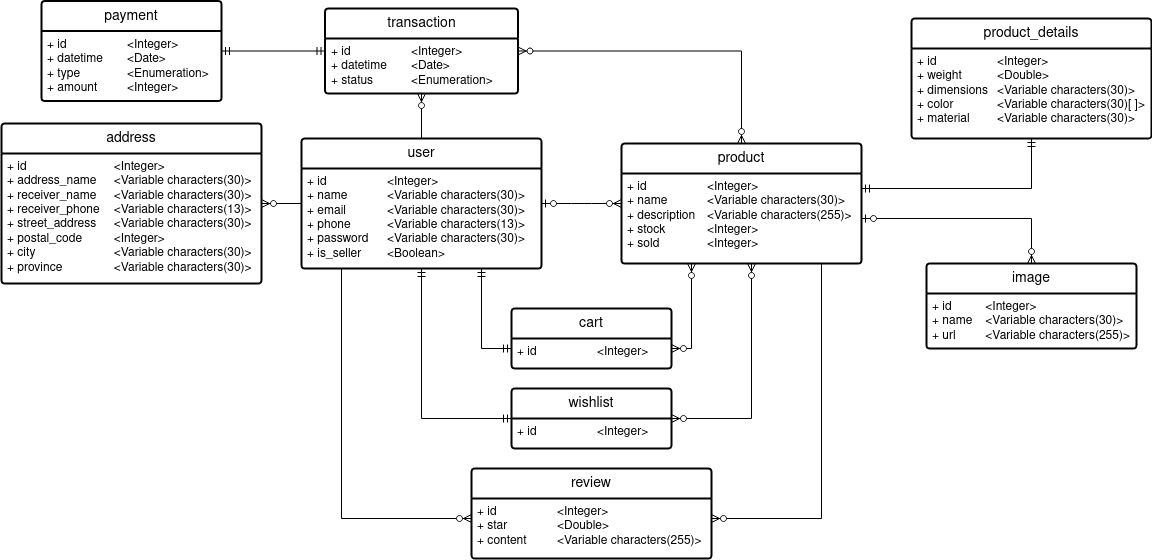
Above: img/NusantaraStore051_CDM.drawio.png in borednuna/NusantaraStore051_BE (draw.io), before the change. Source tidied: cells renumbered, new cells last; positions are measured from the earlier drawing's top-left corner, leaving out a move shared by most shapes. The source it was exported from:
```xml
<mxGraphModel background="#ffffff">
  <root>
    <mxCell id="0" />
    <mxCell id="1" parent="0" />
    <mxCell id="2" value="user" style="swimlane;horizontal=1;startSize=30;rounded=1;fontSize=14;fontStyle=0;strokeWidth=2;shadow=0;dashed=0;align=center;arcSize=4;whiteSpace=wrap;html=1;" parent="1" vertex="1">
      <mxGeometry x="300" y="138" width="240" height="130" as="geometry" />
    </mxCell>
    <mxCell id="3" value="&lt;div&gt;+ id&lt;span style=&quot;white-space: pre;&quot;&gt;&#9;&lt;/span&gt;&lt;span style=&quot;white-space: pre;&quot;&gt;&#9;&lt;/span&gt;&lt;span style=&quot;white-space: pre;&quot;&gt;&#9;&lt;/span&gt;&amp;lt;Integer&amp;gt;&lt;/div&gt;&lt;div&gt;+ name&lt;span style=&quot;white-space: pre;&quot;&gt;&lt;span style=&quot;white-space: pre;&quot;&gt;&#9;&lt;/span&gt;&#9;&lt;/span&gt;&amp;lt;Variable characters(30)&amp;gt;&lt;br&gt;&lt;/div&gt;&lt;div&gt;+ email&lt;span style=&quot;white-space: pre;&quot;&gt;&#9;&lt;/span&gt;&lt;span style=&quot;white-space: pre;&quot;&gt;&#9;&lt;/span&gt;&amp;lt;Variable characters(30)&amp;gt;&lt;br&gt;&lt;/div&gt;&lt;div&gt;+ phone&lt;span style=&quot;white-space: pre;&quot;&gt;&#9;&lt;/span&gt;&lt;span style=&quot;white-space: pre;&quot;&gt;&#9;&lt;/span&gt;&amp;lt;Variable characters(13)&amp;gt;&lt;br&gt;&lt;/div&gt;&lt;div&gt;+ password&lt;span style=&quot;white-space: pre;&quot;&gt;&#9;&lt;/span&gt;&amp;lt;Variable characters(30)&amp;gt;&lt;br&gt;&lt;/div&gt;&lt;div&gt;+ is_seller&lt;span style=&quot;white-space: pre;&quot;&gt;&#9;&lt;/span&gt;&amp;lt;Boolean&amp;gt;&lt;br&gt;&lt;/div&gt;" style="align=left;strokeColor=none;fillColor=none;spacingLeft=4;fontSize=12;verticalAlign=top;html=1;" parent="2" vertex="1">
      <mxGeometry y="30" width="240" height="100" as="geometry" />
    </mxCell>
    <mxCell id="4" value="address" style="swimlane;horizontal=1;startSize=30;rounded=1;fontSize=14;fontStyle=0;strokeWidth=2;shadow=0;dashed=0;align=center;arcSize=4;whiteSpace=wrap;html=1;" parent="1" vertex="1">
      <mxGeometry y="123" width="260" height="160" as="geometry" />
    </mxCell>
    <mxCell id="5" value="&lt;div&gt;+ id&lt;span style=&quot;white-space: pre;&quot;&gt;&#9;&lt;/span&gt;&lt;span style=&quot;white-space: pre;&quot;&gt;&#9;&lt;/span&gt;&lt;span style=&quot;white-space: pre;&quot;&gt;&#9;&lt;/span&gt;&lt;span style=&quot;white-space: pre;&quot;&gt;&#9;&lt;/span&gt;&amp;lt;Integer&amp;gt;&lt;/div&gt;&lt;div&gt;+ address_name&lt;span style=&quot;white-space: pre;&quot;&gt;&#9;&lt;/span&gt;&amp;lt;Variable characters(30)&amp;gt;&lt;br&gt;&lt;/div&gt;&lt;div&gt;+ receiver_name&lt;span style=&quot;white-space: pre;&quot;&gt;&#9;&lt;/span&gt;&amp;lt;Variable characters(30)&amp;gt;&lt;br&gt;&lt;/div&gt;&lt;div&gt;+ receiver_phone&lt;span style=&quot;white-space: pre;&quot;&gt;&#9;&lt;/span&gt;&amp;lt;Variable characters(13)&amp;gt;&lt;br&gt;&lt;/div&gt;&lt;div&gt;+ street_address&lt;span style=&quot;white-space: pre;&quot;&gt;&#9;&lt;/span&gt;&amp;lt;Variable characters(30)&amp;gt;&lt;br&gt;&lt;/div&gt;&lt;div&gt;+ postal_code&lt;span style=&quot;white-space: pre;&quot;&gt;&#9;&lt;/span&gt;&lt;span style=&quot;white-space: pre;&quot;&gt;&#9;&lt;/span&gt;&amp;lt;Integer&amp;gt;&lt;/div&gt;&lt;div&gt;+ city&lt;span style=&quot;white-space: pre;&quot;&gt;&#9;&lt;/span&gt;&lt;span style=&quot;white-space: pre;&quot;&gt;&#9;&lt;/span&gt;&lt;span style=&quot;white-space: pre;&quot;&gt;&#9;&lt;/span&gt;&amp;lt;Variable characters(30)&amp;gt;&lt;br&gt;&lt;/div&gt;&lt;div&gt;+ province&lt;span style=&quot;white-space: pre;&quot;&gt;&#9;&lt;/span&gt;&lt;span style=&quot;white-space: pre;&quot;&gt;&#9;&lt;/span&gt;&amp;lt;Variable characters(30)&amp;gt;&lt;br&gt;&lt;/div&gt;" style="align=left;strokeColor=none;fillColor=none;spacingLeft=4;fontSize=12;verticalAlign=top;html=1;" parent="4" vertex="1">
      <mxGeometry y="30" width="260" height="130" as="geometry" />
    </mxCell>
    <mxCell id="6" style="fontSize=12;html=1;endArrow=ERzeroToMany;endFill=1;rounded=0;" parent="1" edge="1" source="2" target="4">
      <mxGeometry relative="1" as="geometry" />
    </mxCell>
    <mxCell id="7" value="product" style="swimlane;horizontal=1;startSize=30;rounded=1;fontSize=14;fontStyle=0;strokeWidth=2;shadow=0;dashed=0;align=center;arcSize=4;whiteSpace=wrap;html=1;" parent="1" vertex="1">
      <mxGeometry x="620" y="143" width="240" height="120" as="geometry" />
    </mxCell>
    <mxCell id="8" value="&lt;div&gt;+ id&lt;span style=&quot;white-space: pre;&quot;&gt;&#9;&lt;/span&gt;&lt;span style=&quot;white-space: pre;&quot;&gt;&#9;&lt;/span&gt;&lt;span style=&quot;white-space: pre;&quot;&gt;&#9;&lt;/span&gt;&amp;lt;Integer&amp;gt;&lt;/div&gt;&lt;div&gt;+ name&lt;span style=&quot;white-space: pre;&quot;&gt;&#9;&lt;/span&gt;&lt;span style=&quot;white-space: pre;&quot;&gt;&#9;&lt;/span&gt;&amp;lt;Variable characters(30)&amp;gt;&lt;br&gt;&lt;/div&gt;&lt;div&gt;+ description&lt;span style=&quot;white-space: pre;&quot;&gt;&#9;&lt;/span&gt;&amp;lt;Variable characters(255)&amp;gt;&lt;br&gt;&lt;/div&gt;&lt;div&gt;+ stock&lt;span style=&quot;white-space: pre;&quot;&gt;&#9;&lt;/span&gt;&lt;span style=&quot;white-space: pre;&quot;&gt;&#9;&lt;/span&gt;&amp;lt;Integer&amp;gt;&lt;/div&gt;&lt;div&gt;+ sold&lt;span style=&quot;white-space: pre;&quot;&gt;&#9;&lt;/span&gt;&lt;span style=&quot;white-space: pre;&quot;&gt;&#9;&lt;/span&gt;&amp;lt;Integer&amp;gt;&lt;br&gt;&lt;/div&gt;" style="align=left;strokeColor=none;fillColor=none;spacingLeft=4;fontSize=12;verticalAlign=top;html=1;" parent="7" vertex="1">
      <mxGeometry y="30" width="240" height="90" as="geometry" />
    </mxCell>
    <mxCell id="9" value="product_details" style="swimlane;horizontal=1;startSize=30;rounded=1;fontSize=14;fontStyle=0;strokeWidth=2;shadow=0;dashed=0;align=center;arcSize=4;whiteSpace=wrap;html=1;" parent="1" vertex="1">
      <mxGeometry x="910" y="18" width="240" height="120" as="geometry" />
    </mxCell>
    <mxCell id="10" value="&lt;div&gt;+ id&lt;span style=&quot;white-space: pre;&quot;&gt;&#9;&lt;/span&gt;&lt;span style=&quot;white-space: pre;&quot;&gt;&#9;&lt;/span&gt;&lt;span style=&quot;white-space: pre;&quot;&gt;&#9;&lt;/span&gt;&amp;lt;Integer&amp;gt;&lt;/div&gt;&lt;div&gt;+ weight&lt;span style=&quot;white-space: pre;&quot;&gt;&#9;&lt;/span&gt;&lt;span style=&quot;white-space: pre;&quot;&gt;&#9;&lt;/span&gt;&amp;lt;Double&amp;gt;&lt;/div&gt;&lt;div&gt;+ dimensions&lt;span style=&quot;white-space: pre;&quot;&gt;&#9;&lt;/span&gt;&amp;lt;Variable characters(30)&amp;gt;&lt;br&gt;&lt;/div&gt;&lt;div&gt;+ color&lt;span style=&quot;white-space: pre;&quot;&gt;&#9;&lt;/span&gt;&lt;span style=&quot;white-space: pre;&quot;&gt;&#9;&lt;/span&gt;&amp;lt;Variable characters(30)[ ]&amp;gt;&lt;br&gt;&lt;/div&gt;&lt;div&gt;+ material&lt;span style=&quot;white-space: pre;&quot;&gt;&#9;&lt;/span&gt;&amp;lt;Variable characters(30)&amp;gt;&lt;br&gt;&lt;/div&gt;" style="align=left;strokeColor=none;fillColor=none;spacingLeft=4;fontSize=12;verticalAlign=top;html=1;" parent="9" vertex="1">
      <mxGeometry y="30" width="240" height="90" as="geometry" />
    </mxCell>
    <mxCell id="11" style="fontSize=12;html=1;endArrow=ERmandOne;startArrow=ERmandOne;rounded=0;edgeStyle=orthogonalEdgeStyle;" parent="1" edge="1" source="7" target="9">
      <mxGeometry relative="1" as="geometry">
        <Array as="points">
          <mxPoint x="1030" y="188" />
        </Array>
      </mxGeometry>
    </mxCell>
    <mxCell id="12" value="review" style="swimlane;horizontal=1;startSize=30;rounded=1;fontSize=14;fontStyle=0;strokeWidth=2;shadow=0;dashed=0;align=center;arcSize=4;whiteSpace=wrap;html=1;" parent="1" vertex="1">
      <mxGeometry x="470" y="468" width="240" height="90" as="geometry" />
    </mxCell>
    <mxCell id="13" value="&lt;div&gt;+ id&lt;span style=&quot;white-space: pre;&quot;&gt;&#9;&lt;/span&gt;&lt;span style=&quot;white-space: pre;&quot;&gt;&#9;&lt;/span&gt;&lt;span style=&quot;white-space: pre;&quot;&gt;&#9;&lt;/span&gt;&amp;lt;Integer&amp;gt;&lt;/div&gt;&lt;div&gt;+ star&lt;span style=&quot;white-space: pre;&quot;&gt;&#9;&lt;/span&gt;&lt;span style=&quot;white-space: pre;&quot;&gt;&#9;&lt;/span&gt;&amp;lt;Double&amp;gt;&lt;/div&gt;&lt;div&gt;+ content&lt;span style=&quot;white-space: pre;&quot;&gt;&#9;&lt;/span&gt;&lt;span style=&quot;white-space: pre;&quot;&gt;&#9;&lt;/span&gt;&amp;lt;Variable characters(255)&amp;gt;&lt;br&gt;&lt;/div&gt;" style="align=left;strokeColor=none;fillColor=none;spacingLeft=4;fontSize=12;verticalAlign=top;html=1;" parent="12" vertex="1">
      <mxGeometry y="30" width="240" height="60" as="geometry" />
    </mxCell>
    <mxCell id="14" style="fontSize=12;html=1;endArrow=ERzeroToMany;endFill=1;rounded=0;edgeStyle=orthogonalEdgeStyle;" parent="1" edge="1" source="7" target="12">
      <mxGeometry relative="1" as="geometry">
        <Array as="points">
          <mxPoint x="820" y="518" />
        </Array>
      </mxGeometry>
    </mxCell>
    <mxCell id="15" style="edgeStyle=orthogonalEdgeStyle;fontSize=12;html=1;endArrow=ERzeroToMany;endFill=1;rounded=0;" parent="1" edge="1" source="2" target="12">
      <mxGeometry relative="1" as="geometry">
        <Array as="points">
          <mxPoint x="340" y="518" />
        </Array>
      </mxGeometry>
    </mxCell>
    <mxCell id="16" value="image" style="swimlane;horizontal=1;startSize=30;rounded=1;fontSize=14;fontStyle=0;strokeWidth=2;shadow=0;dashed=0;align=center;arcSize=4;whiteSpace=wrap;html=1;" parent="1" vertex="1">
      <mxGeometry x="925" y="263" width="210" height="85" as="geometry" />
    </mxCell>
    <mxCell id="17" value="&lt;div&gt;+ id&lt;span style=&quot;white-space: pre;&quot;&gt;&#9;&lt;/span&gt;&lt;span style=&quot;white-space: pre;&quot;&gt;&#9;&lt;/span&gt;&amp;lt;Integer&amp;gt;&lt;/div&gt;&lt;div&gt;+ name&lt;span style=&quot;white-space: pre;&quot;&gt;&#9;&lt;/span&gt;&amp;lt;Variable characters(30)&amp;gt;&lt;br&gt;&lt;/div&gt;+ url&lt;span style=&quot;white-space: pre;&quot;&gt;&#9;&lt;/span&gt;&amp;lt;Variable characters(255)&amp;gt;" style="align=left;strokeColor=none;fillColor=none;spacingLeft=4;fontSize=12;verticalAlign=top;html=1;" parent="16" vertex="1">
      <mxGeometry y="30" width="210" height="55" as="geometry" />
    </mxCell>
    <mxCell id="18" style="fontSize=12;html=1;endArrow=ERzeroToMany;startArrow=ERzeroToOne;rounded=0;edgeStyle=orthogonalEdgeStyle;" parent="1" edge="1" source="7" target="16">
      <mxGeometry relative="1" as="geometry">
        <Array as="points">
          <mxPoint x="1030" y="218" />
        </Array>
      </mxGeometry>
    </mxCell>
    <mxCell id="19" value="transaction" style="swimlane;horizontal=1;startSize=30;rounded=1;fontSize=14;fontStyle=0;strokeWidth=2;shadow=0;dashed=0;align=center;arcSize=4;whiteSpace=wrap;html=1;" parent="1" vertex="1">
      <mxGeometry x="323.5" y="8" width="193" height="85" as="geometry" />
    </mxCell>
    <mxCell id="20" value="&lt;div&gt;+ id&lt;span style=&quot;white-space: pre;&quot;&gt;&#9;&lt;/span&gt;&lt;span style=&quot;white-space: pre;&quot;&gt;&#9;&lt;/span&gt;&lt;span style=&quot;white-space: pre;&quot;&gt;&#9;&lt;/span&gt;&amp;lt;Integer&amp;gt;&lt;/div&gt;&lt;div&gt;+ datetime&lt;span style=&quot;white-space: pre;&quot;&gt;&#9;&lt;/span&gt;&amp;lt;Date&amp;gt;&lt;/div&gt;&lt;div&gt;+ status&lt;span style=&quot;white-space: pre;&quot;&gt;&#9;&lt;/span&gt;&lt;span style=&quot;white-space: pre;&quot;&gt;&#9;&lt;/span&gt;&amp;lt;Enumeration&amp;gt;&lt;br&gt;&lt;/div&gt;" style="align=left;strokeColor=none;fillColor=none;spacingLeft=4;fontSize=12;verticalAlign=top;html=1;" parent="19" vertex="1">
      <mxGeometry y="30" width="193" height="55" as="geometry" />
    </mxCell>
    <mxCell id="21" style="fontSize=12;html=1;endArrow=ERzeroToMany;endFill=1;rounded=0;edgeStyle=orthogonalEdgeStyle;" parent="1" edge="1" source="2" target="19">
      <mxGeometry relative="1" as="geometry">
        <Array as="points">
          <mxPoint x="420" y="51" />
        </Array>
      </mxGeometry>
    </mxCell>
    <mxCell id="22" value="payment" style="swimlane;horizontal=1;startSize=30;rounded=1;fontSize=14;fontStyle=0;strokeWidth=2;shadow=0;dashed=0;align=center;arcSize=4;whiteSpace=wrap;html=1;" parent="1" vertex="1">
      <mxGeometry x="40" y="0.5" width="180" height="100" as="geometry" />
    </mxCell>
    <mxCell id="23" value="&lt;div&gt;+ id&lt;span style=&quot;white-space: pre;&quot;&gt;&#9;&lt;/span&gt;&lt;span style=&quot;white-space: pre;&quot;&gt;&#9;&lt;/span&gt;&lt;span style=&quot;white-space: pre;&quot;&gt;&#9;&lt;/span&gt;&amp;lt;Integer&amp;gt;&lt;/div&gt;&lt;div&gt;+ datetime&lt;span style=&quot;white-space: pre;&quot;&gt;&#9;&lt;/span&gt;&amp;lt;Date&amp;gt;&lt;/div&gt;&lt;div&gt;+ type&lt;span style=&quot;white-space: pre;&quot;&gt;&#9;&lt;/span&gt;&lt;span style=&quot;white-space: pre;&quot;&gt;&#9;&lt;/span&gt;&amp;lt;Enumeration&amp;gt;&lt;/div&gt;&lt;div&gt;+ amount&lt;span style=&quot;white-space: pre;&quot;&gt;&#9;&lt;/span&gt;&amp;lt;Integer&amp;gt;&lt;br&gt;&lt;/div&gt;" style="align=left;strokeColor=none;fillColor=none;spacingLeft=4;fontSize=12;verticalAlign=top;html=1;" parent="22" vertex="1">
      <mxGeometry y="30" width="180" height="70" as="geometry" />
    </mxCell>
    <mxCell id="24" style="fontSize=12;html=1;endArrow=ERmandOne;startArrow=ERmandOne;rounded=0;" parent="1" edge="1" source="19" target="22">
      <mxGeometry relative="1" as="geometry" />
    </mxCell>
    <mxCell id="25" style="edgeStyle=orthogonalEdgeStyle;fontSize=12;html=1;endArrow=ERzeroToMany;endFill=1;startArrow=ERzeroToMany;rounded=0;" parent="1" edge="1" source="19" target="7">
      <mxGeometry relative="1" as="geometry" />
    </mxCell>
    <mxCell id="26" value="wishlist" style="swimlane;horizontal=1;startSize=30;rounded=1;fontSize=14;fontStyle=0;strokeWidth=2;shadow=0;dashed=0;align=center;arcSize=4;whiteSpace=wrap;html=1;" parent="1" vertex="1">
      <mxGeometry x="510" y="388" width="160" height="60" as="geometry" />
    </mxCell>
    <mxCell id="27" value="+ id&lt;span style=&quot;white-space: pre;&quot;&gt;&#9;&lt;/span&gt;&lt;span style=&quot;white-space: pre;&quot;&gt;&#9;&lt;span style=&quot;white-space: pre;&quot;&gt;&#9;&lt;/span&gt;&lt;/span&gt;&amp;lt;Integer&amp;gt;" style="align=left;strokeColor=none;fillColor=none;spacingLeft=4;fontSize=12;verticalAlign=top;html=1;" parent="26" vertex="1">
      <mxGeometry y="30" width="160" height="30" as="geometry" />
    </mxCell>
    <mxCell id="28" style="fontSize=12;html=1;endArrow=ERmandOne;startArrow=ERmandOne;rounded=0;edgeStyle=orthogonalEdgeStyle;" parent="1" edge="1" source="2" target="26">
      <mxGeometry relative="1" as="geometry">
        <Array as="points">
          <mxPoint x="420" y="418" />
        </Array>
      </mxGeometry>
    </mxCell>
    <mxCell id="29" value="cart" style="swimlane;horizontal=1;startSize=30;rounded=1;fontSize=14;fontStyle=0;strokeWidth=2;shadow=0;dashed=0;align=center;arcSize=4;whiteSpace=wrap;html=1;" parent="1" vertex="1">
      <mxGeometry x="510" y="308" width="160" height="60" as="geometry" />
    </mxCell>
    <mxCell id="30" value="+ id&lt;span style=&quot;white-space: pre;&quot;&gt;&#9;&lt;/span&gt;&lt;span style=&quot;white-space: pre;&quot;&gt;&#9;&lt;/span&gt;&lt;span style=&quot;white-space: pre;&quot;&gt;&#9;&lt;/span&gt;&amp;lt;Integer&amp;gt;" style="align=left;strokeColor=none;fillColor=none;spacingLeft=4;fontSize=12;verticalAlign=top;html=1;" parent="29" vertex="1">
      <mxGeometry y="30" width="160" height="30" as="geometry" />
    </mxCell>
    <mxCell id="31" style="edgeStyle=orthogonalEdgeStyle;fontSize=12;html=1;endArrow=ERmandOne;startArrow=ERmandOne;rounded=0;" parent="1" edge="1" source="2" target="29">
      <mxGeometry relative="1" as="geometry">
        <Array as="points">
          <mxPoint x="480" y="348" />
        </Array>
      </mxGeometry>
    </mxCell>
    <mxCell id="32" style="edgeStyle=orthogonalEdgeStyle;fontSize=12;html=1;endArrow=ERzeroToMany;endFill=1;startArrow=ERzeroToMany;rounded=0;" parent="1" edge="1" source="29" target="7">
      <mxGeometry relative="1" as="geometry">
        <Array as="points">
          <mxPoint x="690" y="348" />
        </Array>
      </mxGeometry>
    </mxCell>
    <mxCell id="33" style="edgeStyle=orthogonalEdgeStyle;fontSize=12;html=1;endArrow=ERzeroToMany;endFill=1;startArrow=ERzeroToMany;rounded=0;" parent="1" edge="1" source="26" target="7">
      <mxGeometry relative="1" as="geometry">
        <Array as="points">
          <mxPoint x="750" y="418" />
        </Array>
      </mxGeometry>
    </mxCell>
    <mxCell id="34" style="edgeStyle=entityRelationEdgeStyle;fontSize=12;html=1;endArrow=ERzeroToMany;startArrow=ERzeroToOne;rounded=0;" parent="1" edge="1" source="2" target="7">
      <mxGeometry relative="1" as="geometry" />
    </mxCell>
  </root>
</mxGraphModel>
```
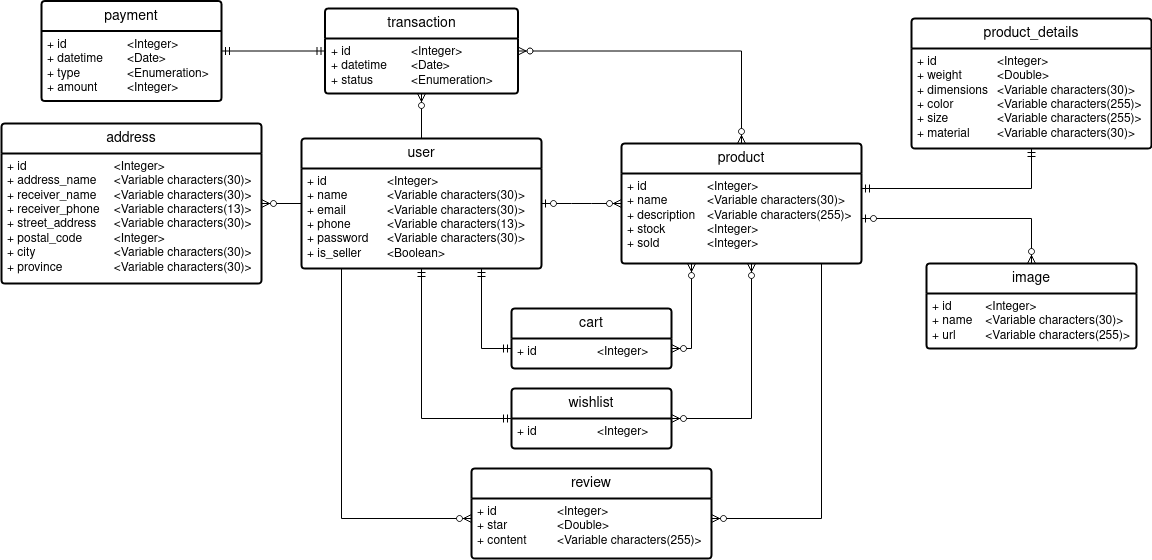
Above is the later version.

The edit, as a diff of the source:
```diff
@@ -24,10 +24,10 @@
       <mxGeometry y="30" width="240" height="90" as="geometry" />
     </mxCell>
     <mxCell id="9" value="product_details" style="swimlane;horizontal=1;startSize=30;rounded=1;fontSize=14;fontStyle=0;strokeWidth=2;shadow=0;dashed=0;align=center;arcSize=4;whiteSpace=wrap;html=1;" parent="1" vertex="1">
-      <mxGeometry x="910" y="18" width="240" height="120" as="geometry" />
+      <mxGeometry x="910" y="18" width="240" height="130" as="geometry" />
     </mxCell>
-    <mxCell id="10" value="&lt;div&gt;+ id&lt;span style=&quot;white-space: pre;&quot;&gt;&#9;&lt;/span&gt;&lt;span style=&quot;white-space: pre;&quot;&gt;&#9;&lt;/span&gt;&lt;span style=&quot;white-space: pre;&quot;&gt;&#9;&lt;/span&gt;&amp;lt;Integer&amp;gt;&lt;/div&gt;&lt;div&gt;+ weight&lt;span style=&quot;white-space: pre;&quot;&gt;&#9;&lt;/span&gt;&lt;span style=&quot;white-space: pre;&quot;&gt;&#9;&lt;/span&gt;&amp;lt;Double&amp;gt;&lt;/div&gt;&lt;div&gt;+ dimensions&lt;span style=&quot;white-space: pre;&quot;&gt;&#9;&lt;/span&gt;&amp;lt;Variable characters(30)&amp;gt;&lt;br&gt;&lt;/div&gt;&lt;div&gt;+ color&lt;span style=&quot;white-space: pre;&quot;&gt;&#9;&lt;/span&gt;&lt;span style=&quot;white-space: pre;&quot;&gt;&#9;&lt;/span&gt;&amp;lt;Variable characters(30)[ ]&amp;gt;&lt;br&gt;&lt;/div&gt;&lt;div&gt;+ material&lt;span style=&quot;white-space: pre;&quot;&gt;&#9;&lt;/span&gt;&amp;lt;Variable characters(30)&amp;gt;&lt;br&gt;&lt;/div&gt;" style="align=left;strokeColor=none;fillColor=none;spacingLeft=4;fontSize=12;verticalAlign=top;html=1;" parent="9" vertex="1">
-      <mxGeometry y="30" width="240" height="90" as="geometry" />
+    <mxCell id="10" value="&lt;div&gt;+ id&lt;span style=&quot;white-space: pre;&quot;&gt;&#9;&lt;/span&gt;&lt;span style=&quot;white-space: pre;&quot;&gt;&#9;&lt;/span&gt;&lt;span style=&quot;white-space: pre;&quot;&gt;&#9;&lt;/span&gt;&amp;lt;Integer&amp;gt;&lt;/div&gt;&lt;div&gt;+ weight&lt;span style=&quot;white-space: pre;&quot;&gt;&#9;&lt;/span&gt;&lt;span style=&quot;white-space: pre;&quot;&gt;&#9;&lt;/span&gt;&amp;lt;Double&amp;gt;&lt;/div&gt;&lt;div&gt;+ dimensions&lt;span style=&quot;white-space: pre;&quot;&gt;&#9;&lt;/span&gt;&amp;lt;Variable characters(30)&amp;gt;&lt;br&gt;&lt;/div&gt;&lt;div&gt;+ color&lt;span style=&quot;white-space: pre;&quot;&gt;&#9;&lt;/span&gt;&lt;span style=&quot;white-space: pre;&quot;&gt;&#9;&lt;/span&gt;&amp;lt;Variable characters(255)&amp;gt;&lt;/div&gt;&lt;div&gt;+ size&lt;span style=&quot;white-space: pre;&quot;&gt;&#9;&lt;/span&gt;&lt;span style=&quot;white-space: pre;&quot;&gt;&#9;&lt;/span&gt;&amp;lt;Variable characters(255)&amp;gt;&lt;br&gt;&lt;/div&gt;&lt;div&gt;+ material&lt;span style=&quot;white-space: pre;&quot;&gt;&#9;&lt;/span&gt;&amp;lt;Variable characters(30)&amp;gt;&lt;br&gt;&lt;/div&gt;" style="align=left;strokeColor=none;fillColor=none;spacingLeft=4;fontSize=12;verticalAlign=top;html=1;" parent="9" vertex="1">
+      <mxGeometry y="30" width="240" height="100" as="geometry" />
     </mxCell>
     <mxCell id="11" style="fontSize=12;html=1;endArrow=ERmandOne;startArrow=ERmandOne;rounded=0;edgeStyle=orthogonalEdgeStyle;" parent="1" edge="1" source="7" target="9">
       <mxGeometry relative="1" as="geometry">
```
